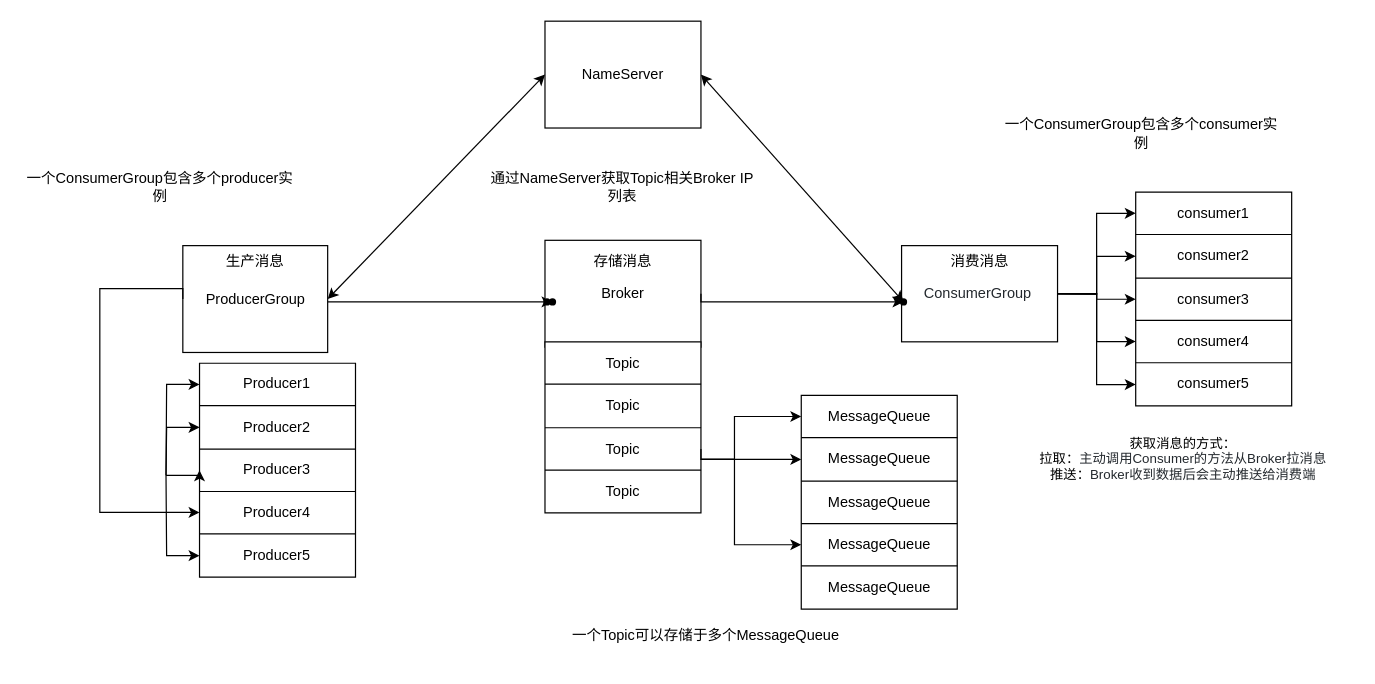
The draw.io diagram rocketmq.drawio in haitao1325/testGit, before the edit. Source tidied: cells renumbered, new cells numbered last; positions are measured from the earlier drawing's top-left corner, leaving out a move shared by most shapes. Both pictures are drawn from the tidied source at 121%, with x=0, y=0 at pixel (21, 21).
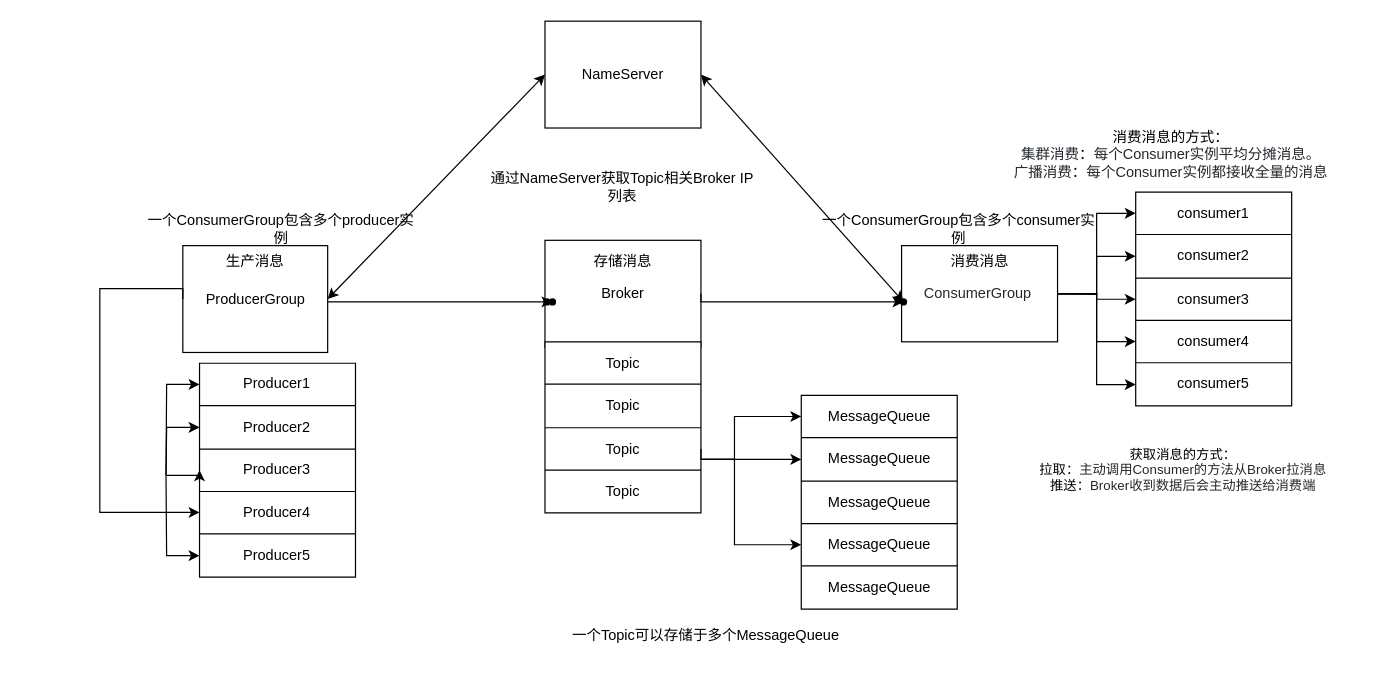
Above is the later version.

What changed in the source:
```diff
@@
     <mxCell id="46" value="一个ConsumerGroup包含多个consumer实例" style="text;html=1;strokeColor=none;fillColor=none;align=center;verticalAlign=middle;whiteSpace=wrap;rounded=0;fontSize=12;" parent="1" vertex="1">
-      <mxGeometry x="810.5" y="70.7" width="230.3" height="44.2" as="geometry" />
+      <mxGeometry x="660" y="150" width="230.3" height="44.2" as="geometry" />
     </mxCell>
@@
     <mxCell id="72" value="一个ConsumerGroup包含多个producer实例" style="text;html=1;strokeColor=none;fillColor=none;align=center;verticalAlign=middle;whiteSpace=wrap;rounded=0;fontSize=12;" parent="1" vertex="1">
-      <mxGeometry y="114.8" width="230.3" height="44.2" as="geometry" />
+      <mxGeometry x="100" y="150" width="230.3" height="44.2" as="geometry" />
     </mxCell>
     <mxCell id="73" value="&lt;font style=&quot;font-size: 11px&quot;&gt;获取消息的方式：&lt;br style=&quot;font-size: 11px&quot;&gt;拉取：&lt;span style=&quot;color: rgb(36 , 41 , 46) ; font-size: 11px ; background-color: rgb(255 , 255 , 255)&quot;&gt;主动调用Consumer的方法从Broker拉消息&lt;/span&gt;&lt;br style=&quot;font-size: 11px&quot;&gt;推送：&lt;span style=&quot;color: rgb(36 , 41 , 46) ; background-color: rgb(255 , 255 , 255) ; font-size: 11px&quot;&gt;Broker收到数据后会主动推送给消费端&lt;/span&gt;&lt;/font&gt;" style="text;html=1;strokeColor=none;fillColor=none;align=center;verticalAlign=middle;whiteSpace=wrap;rounded=0;fontSize=11;" parent="1" vertex="1">
-      <mxGeometry x="820" y="340" width="280.7" height="44.2" as="geometry" />
+      <mxGeometry x="820" y="348.9" width="280.7" height="44.2" as="geometry" />
     </mxCell>
@@
+    <mxCell id="77" value="&lt;font style=&quot;font-size: 12px;&quot;&gt;消费消息的方式：&lt;br style=&quot;font-size: 12px;&quot;&gt;&lt;span style=&quot;color: rgb(36, 41, 46); font-size: 12px; background-color: rgb(255, 255, 255);&quot;&gt;集群消费&lt;/span&gt;：&lt;span style=&quot;color: rgb(36, 41, 46); font-size: 12px; background-color: rgb(255, 255, 255);&quot;&gt;每个Consumer实例平均分摊消息。&lt;/span&gt;&lt;br style=&quot;font-size: 12px;&quot;&gt;&lt;span style=&quot;color: rgb(36, 41, 46); font-size: 12px; background-color: rgb(255, 255, 255);&quot;&gt;广播消费&lt;/span&gt;：&lt;/font&gt;&lt;span style=&quot;color: rgb(36, 41, 46); font-size: 12px; background-color: rgb(255, 255, 255);&quot;&gt;每个Consumer实例都接收全量的消息&lt;/span&gt;" style="text;html=1;strokeColor=none;fillColor=none;align=center;verticalAlign=middle;whiteSpace=wrap;rounded=0;fontSize=12;" parent="1" vertex="1">
+      <mxGeometry x="810" y="88.3" width="280.7" height="44.2" as="geometry" />
+    </mxCell>
```
